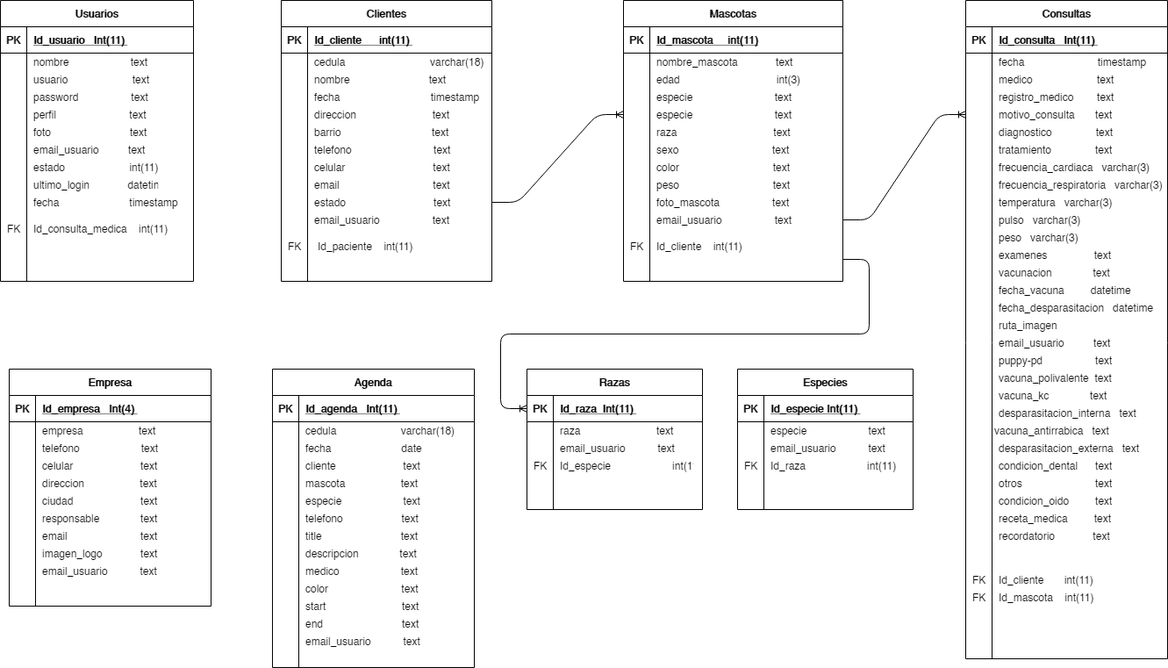
Before: Untitled Diagram.png, a diagram exported from draw.io (heberthm/ejemplos-blog). Source tidied: cells renumbered, new cells last; positions are measured from the earlier drawing's top-left corner, leaving out a move shared by most shapes.
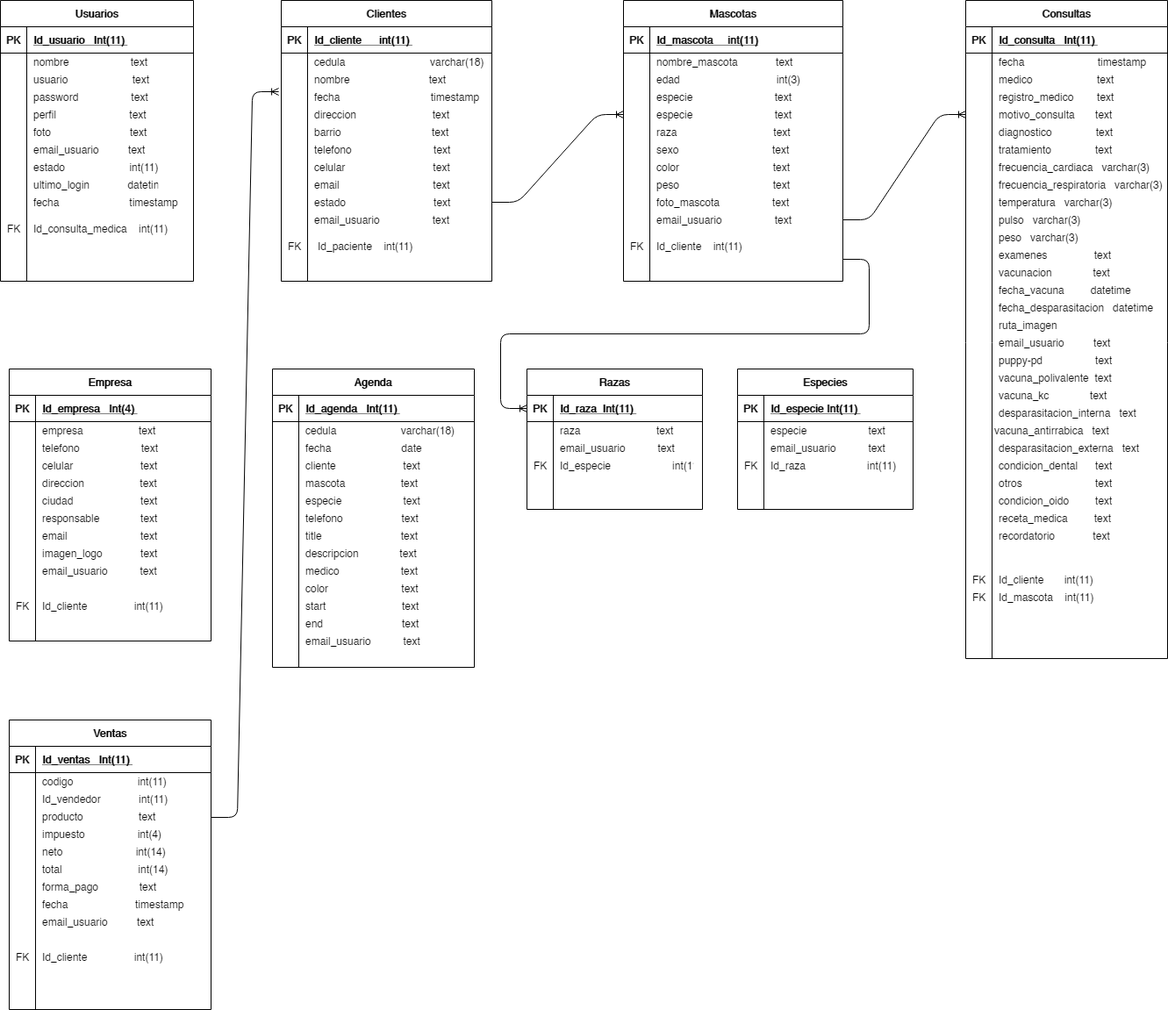
Later version of the same file.

Diff of the diagram source:
```diff
@@ -321,7 +321,7 @@
       <mxGeometry x="1130" y="380" width="200" height="20" as="geometry" />
     </mxCell>
     <mxCell id="108" value="Empresa" style="shape=table;startSize=30;rowLines=0;fontStyle=1;align=center;" parent="1" vertex="1">
-      <mxGeometry x="10" y="420" width="230" height="270" as="geometry" />
+      <mxGeometry x="10" y="420" width="230" height="310" as="geometry" />
     </mxCell>
     <mxCell id="109" style="shape=partialRectangle;fillColor=none;top=0;left=0;bottom=1;right=0;" parent="108" vertex="1">
       <mxGeometry y="30" width="230" height="30" as="geometry" />
@@ -727,5 +727,115 @@
     <mxCell id="242" value="FK" style="shape=partialRectangle;fillColor=none;top=0;left=0;bottom=0;right=0;align=left;spacingLeft=6;overflow=hidden;" parent="1" vertex="1">
       <mxGeometry x="600" y="520" width="35" height="20" as="geometry" />
     </mxCell>
+    <mxCell id="243" value="Ventas" style="shape=table;startSize=30;rowLines=0;fontStyle=1;align=center;" parent="1" vertex="1">
+      <mxGeometry x="10" y="820" width="230" height="330" as="geometry" />
+    </mxCell>
+    <mxCell id="244" style="shape=partialRectangle;fillColor=none;top=0;left=0;bottom=1;right=0;" parent="243" vertex="1">
+      <mxGeometry y="30" width="230" height="30" as="geometry" />
+    </mxCell>
+    <mxCell id="245" value="PK" style="shape=partialRectangle;fillColor=none;top=0;left=0;bottom=0;right=0;fontStyle=1;overflow=hidden;" parent="244" vertex="1">
+      <mxGeometry width="30" height="30" as="geometry" />
+    </mxCell>
+    <mxCell id="246" value="Id_ventas   Int(11) " style="shape=partialRectangle;fillColor=none;top=0;left=0;bottom=0;right=0;align=left;spacingLeft=6;fontStyle=5;overflow=hidden;" parent="244" vertex="1">
+      <mxGeometry x="30" width="200" height="30" as="geometry" />
+    </mxCell>
+    <mxCell id="247" style="shape=partialRectangle;fillColor=none;top=0;left=0;bottom=0;right=0;" parent="243" vertex="1">
+      <mxGeometry y="60" width="230" height="20" as="geometry" />
+    </mxCell>
+    <mxCell id="248" style="shape=partialRectangle;fillColor=none;top=0;left=0;bottom=0;right=0;overflow=hidden;" parent="247" vertex="1">
+      <mxGeometry width="30" height="20" as="geometry" />
+    </mxCell>
+    <mxCell id="249" value="codigo                      int(11)" style="shape=partialRectangle;fillColor=none;top=0;left=0;bottom=0;right=0;align=left;spacingLeft=6;overflow=hidden;" parent="247" vertex="1">
+      <mxGeometry x="30" width="200" height="20" as="geometry" />
+    </mxCell>
+    <mxCell id="250" style="shape=partialRectangle;fillColor=none;top=0;left=0;bottom=0;right=0;" parent="243" vertex="1">
+      <mxGeometry y="80" width="230" height="20" as="geometry" />
+    </mxCell>
+    <mxCell id="251" style="shape=partialRectangle;fillColor=none;top=0;left=0;bottom=0;right=0;overflow=hidden;" parent="250" vertex="1">
+      <mxGeometry width="30" height="20" as="geometry" />
+    </mxCell>
+    <mxCell id="252" value="Id_vendedor             int(11)" style="shape=partialRectangle;fillColor=none;top=0;left=0;bottom=0;right=0;align=left;spacingLeft=6;overflow=hidden;" parent="250" vertex="1">
+      <mxGeometry x="30" width="200" height="20" as="geometry" />
+    </mxCell>
+    <mxCell id="253" style="shape=partialRectangle;fillColor=none;top=0;left=0;bottom=0;right=0;" parent="243" vertex="1">
+      <mxGeometry y="100" width="230" height="20" as="geometry" />
+    </mxCell>
+    <mxCell id="254" style="shape=partialRectangle;fillColor=none;top=0;left=0;bottom=0;right=0;overflow=hidden;" parent="253" vertex="1">
+      <mxGeometry width="30" height="20" as="geometry" />
+    </mxCell>
+    <mxCell id="255" value="producto                   text" style="shape=partialRectangle;fillColor=none;top=0;left=0;bottom=0;right=0;align=left;spacingLeft=6;overflow=hidden;" parent="253" vertex="1">
+      <mxGeometry x="30" width="200" height="20" as="geometry" />
+    </mxCell>
+    <mxCell id="256" style="shape=partialRectangle;fillColor=none;top=0;left=0;bottom=0;right=0;" parent="243" vertex="1">
+      <mxGeometry y="120" width="230" height="20" as="geometry" />
+    </mxCell>
+    <mxCell id="257" style="shape=partialRectangle;fillColor=none;top=0;left=0;bottom=0;right=0;overflow=hidden;" parent="256" vertex="1">
+      <mxGeometry width="30" height="20" as="geometry" />
+    </mxCell>
+    <mxCell id="258" value="impuesto                  int(4)" style="shape=partialRectangle;fillColor=none;top=0;left=0;bottom=0;right=0;align=left;spacingLeft=6;overflow=hidden;" parent="256" vertex="1">
+      <mxGeometry x="30" width="200" height="20" as="geometry" />
+    </mxCell>
+    <mxCell id="259" style="shape=partialRectangle;fillColor=none;top=0;left=0;bottom=0;right=0;" parent="243" vertex="1">
+      <mxGeometry y="140" width="230" height="20" as="geometry" />
+    </mxCell>
+    <mxCell id="260" style="shape=partialRectangle;fillColor=none;top=0;left=0;bottom=0;right=0;overflow=hidden;" parent="259" vertex="1">
+      <mxGeometry width="30" height="20" as="geometry" />
+    </mxCell>
+    <mxCell id="261" value="neto                         int(14)" style="shape=partialRectangle;fillColor=none;top=0;left=0;bottom=0;right=0;align=left;spacingLeft=6;overflow=hidden;" parent="259" vertex="1">
+      <mxGeometry x="30" width="200" height="20" as="geometry" />
+    </mxCell>
+    <mxCell id="262" style="shape=partialRectangle;fillColor=none;top=0;left=0;bottom=0;right=0;" parent="243" vertex="1">
+      <mxGeometry y="160" width="230" height="20" as="geometry" />
+    </mxCell>
+    <mxCell id="263" style="shape=partialRectangle;fillColor=none;top=0;left=0;bottom=0;right=0;overflow=hidden;" parent="262" vertex="1">
+      <mxGeometry width="30" height="20" as="geometry" />
+    </mxCell>
+    <mxCell id="264" value="total                          int(14)" style="shape=partialRectangle;fillColor=none;top=0;left=0;bottom=0;right=0;align=left;spacingLeft=6;overflow=hidden;" parent="262" vertex="1">
+      <mxGeometry x="30" width="200" height="20" as="geometry" />
+    </mxCell>
+    <mxCell id="265" style="shape=partialRectangle;fillColor=none;top=0;left=0;bottom=0;right=0;" parent="243" vertex="1">
+      <mxGeometry y="180" width="230" height="20" as="geometry" />
+    </mxCell>
+    <mxCell id="266" style="shape=partialRectangle;fillColor=none;top=0;left=0;bottom=0;right=0;overflow=hidden;" parent="265" vertex="1">
+      <mxGeometry width="30" height="20" as="geometry" />
+    </mxCell>
+    <mxCell id="267" value="forma_pago              text" style="shape=partialRectangle;fillColor=none;top=0;left=0;bottom=0;right=0;align=left;spacingLeft=6;overflow=hidden;" parent="265" vertex="1">
+      <mxGeometry x="30" width="200" height="20" as="geometry" />
+    </mxCell>
+    <mxCell id="268" style="shape=partialRectangle;fillColor=none;top=0;left=0;bottom=0;right=0;" parent="243" vertex="1">
+      <mxGeometry y="200" width="230" height="20" as="geometry" />
+    </mxCell>
+    <mxCell id="269" style="shape=partialRectangle;fillColor=none;top=0;left=0;bottom=0;right=0;overflow=hidden;" parent="268" vertex="1">
+      <mxGeometry width="30" height="20" as="geometry" />
+    </mxCell>
+    <mxCell id="270" value="fecha                       timestamp" style="shape=partialRectangle;fillColor=none;top=0;left=0;bottom=0;right=0;align=left;spacingLeft=6;overflow=hidden;" parent="268" vertex="1">
+      <mxGeometry x="30" width="200" height="20" as="geometry" />
+    </mxCell>
+    <mxCell id="271" style="shape=partialRectangle;fillColor=none;top=0;left=0;bottom=0;right=0;" parent="243" vertex="1">
+      <mxGeometry y="220" width="230" height="20" as="geometry" />
+    </mxCell>
+    <mxCell id="272" style="shape=partialRectangle;fillColor=none;top=0;left=0;bottom=0;right=0;overflow=hidden;" parent="271" vertex="1">
+      <mxGeometry width="30" height="20" as="geometry" />
+    </mxCell>
+    <mxCell id="273" value="email_usuario          text" style="shape=partialRectangle;fillColor=none;top=0;left=0;bottom=0;right=0;align=left;spacingLeft=6;overflow=hidden;" parent="271" vertex="1">
+      <mxGeometry x="30" width="200" height="20" as="geometry" />
+    </mxCell>
+    <mxCell id="274" value="Id_cliente                int(11)" style="shape=partialRectangle;overflow=hidden;fillColor=none;top=0;left=0;bottom=0;right=0;align=left;spacingLeft=6;" parent="1" vertex="1">
+      <mxGeometry x="40" y="680" width="210" height="20" as="geometry" />
+    </mxCell>
+    <mxCell id="275" value="FK" style="shape=partialRectangle;fillColor=none;top=0;left=0;bottom=0;right=0;align=left;spacingLeft=6;overflow=hidden;" parent="1" vertex="1">
+      <mxGeometry x="10" y="680" width="40" height="20" as="geometry" />
+    </mxCell>
+    <mxCell id="276" style="edgeStyle=entityRelationEdgeStyle;fontSize=12;html=1;endArrow=ERoneToMany;entryX=-0.012;entryY=1.2;entryDx=0;entryDy=0;entryPerimeter=0;exitX=1;exitY=0.55;exitDx=0;exitDy=0;exitPerimeter=0;" parent="1" edge="1" target="68">
+      <mxGeometry relative="1" as="geometry">
+        <mxPoint x="240" y="931" as="sourcePoint" />
+      </mxGeometry>
+    </mxCell>
+    <mxCell id="277" value="FK" style="shape=partialRectangle;fillColor=none;top=0;left=0;bottom=0;right=0;align=left;spacingLeft=6;overflow=hidden;" parent="1" vertex="1">
+      <mxGeometry x="10" y="1080" width="40" height="20" as="geometry" />
+    </mxCell>
+    <mxCell id="278" value="Id_cliente                int(11)" style="shape=partialRectangle;overflow=hidden;fillColor=none;top=0;left=0;bottom=0;right=0;align=left;spacingLeft=6;" parent="1" vertex="1">
+      <mxGeometry x="40" y="1080" width="210" height="20" as="geometry" />
+    </mxCell>
   </root>
 </mxGraphModel>
```
